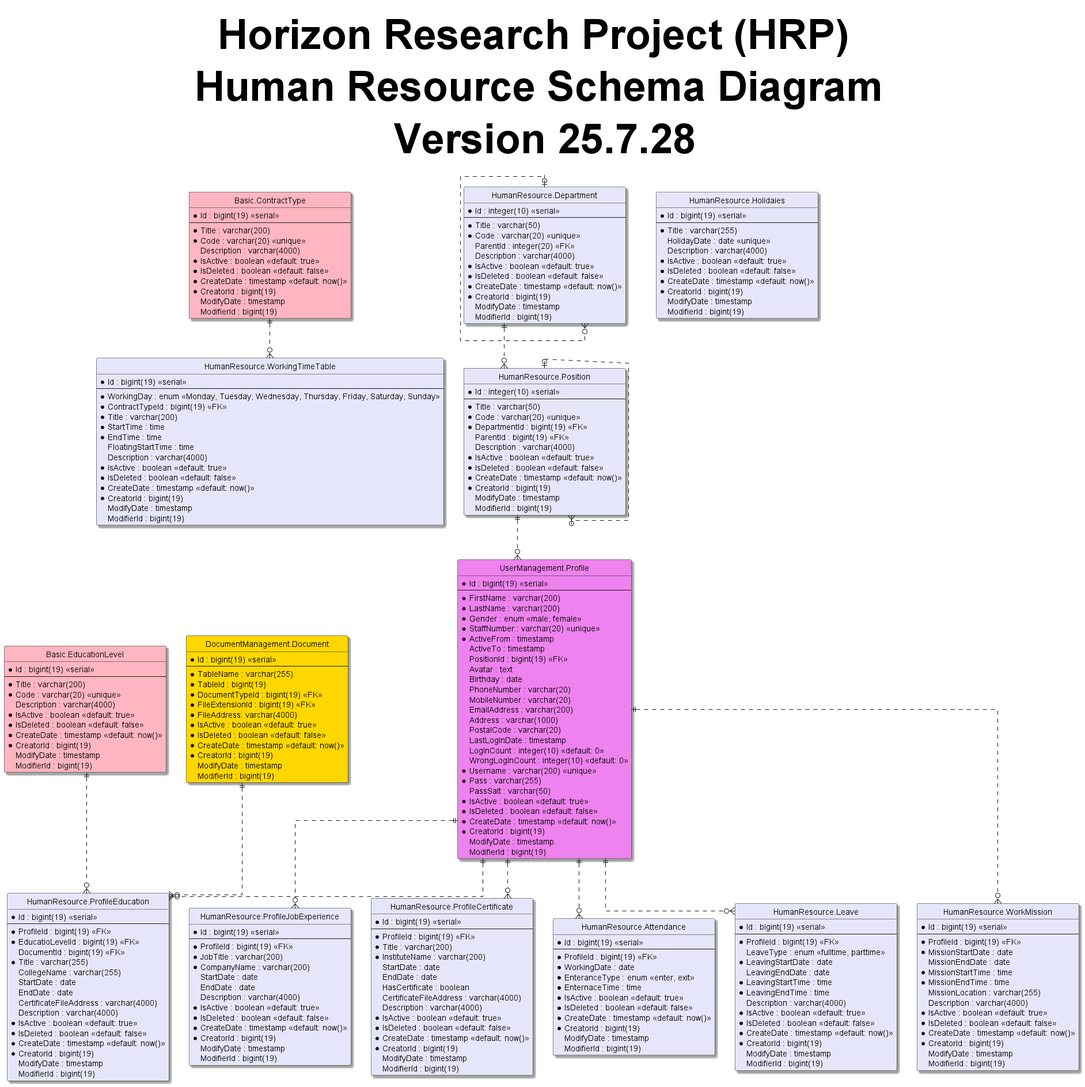
Before: 3-HorizonModeling/HorizonUml/out/ERD/Schemas/HumanResourceSchemaDiagram/HumanResourceSchemaDiagram.png, a diagram exported from PlantUML (mahyaresteki/Horizon).
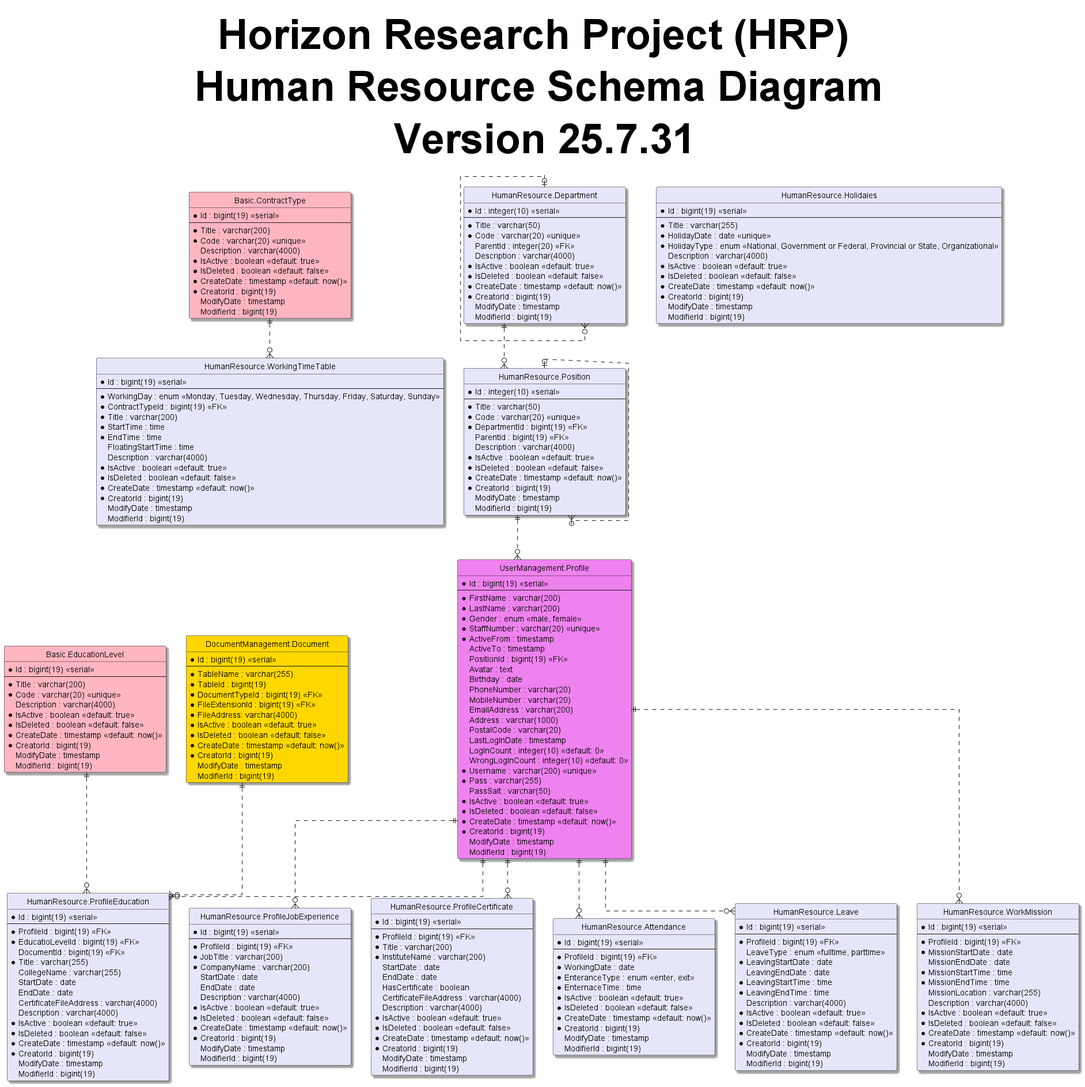
After the change.

What changed in the source:
```diff
@@ -5,7 +5,7 @@
 skinparam Shadowing True
 skinparam TitleFontSize 72pt
 
-title Horizon Research Project (HRP) \n Human Resource Schema Diagram \n Version 25.7.28
+title Horizon Research Project (HRP) \n Human Resource Schema Diagram \n Version 25.7.31
 
 entity "Basic.ContractType" as contractType #LightPink{
   *Id : bigint(19) <<serial>>
@@ -191,7 +191,8 @@
   *Id : bigint(19) <<serial>>
   --
   *Title : varchar(255)
-  HolidayDate : date <<unique>>
+  *HolidayDate : date <<unique>>
+  *HolidayType : enum <<National, Government or Federal, Provincial or State, Organizational>>
   Description : varchar(4000)
   *IsActive : boolean <<default: true>>
   *IsDeleted : boolean <<default: false>>
```
